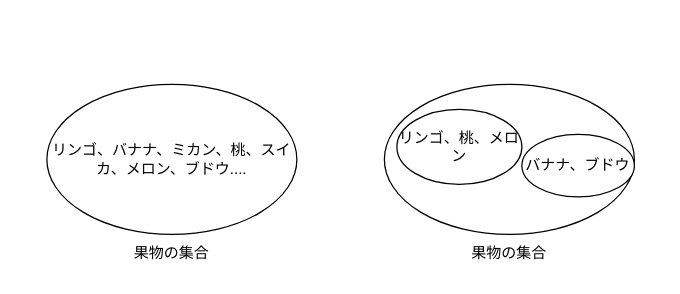
Above: Untitled Diagram.drawio in oyamadashin/drawing (draw.io), before the change. Source tidied: cells renumbered, new cells numbered last; positions are measured from the earlier drawing's top-left corner, leaving out a move shared by most shapes. Both pictures are drawn from the tidied source at 125%, with x=0, y=0 at pixel (46, 84).
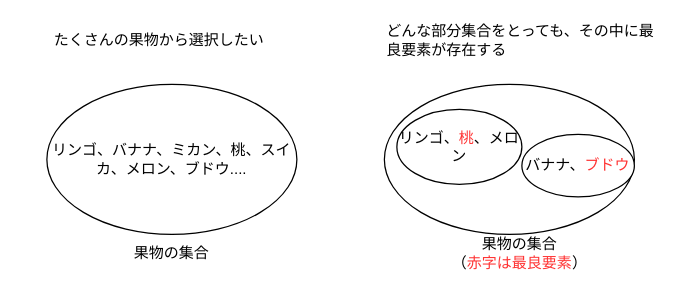
The same diagram, later.

The edit, as a diff of the source:
```diff
@@
 <mxGraphModel>
   <root>
     <mxCell id="0" />
     <mxCell id="1" parent="0" />
     <mxCell id="2" value="リンゴ、バナナ、ミカン、桃、スイカ、メロン、ブドウ...." style="ellipse;whiteSpace=wrap;html=1;" parent="1" vertex="1">
       <mxGeometry width="200" height="120" as="geometry" />
     </mxCell>
     <mxCell id="3" value="果物の集合" style="text;html=1;strokeColor=none;fillColor=none;align=center;verticalAlign=middle;whiteSpace=wrap;rounded=0;" parent="1" vertex="1">
       <mxGeometry x="55" y="120" width="90" height="30" as="geometry" />
     </mxCell>
     <mxCell id="4" style="ellipse;whiteSpace=wrap;html=1;" parent="1" vertex="1">
       <mxGeometry x="270" width="200" height="120" as="geometry" />
     </mxCell>
-    <mxCell id="5" value="果物の集合" style="text;html=1;strokeColor=none;fillColor=none;align=center;verticalAlign=middle;whiteSpace=wrap;rounded=0;" parent="1" vertex="1">
-      <mxGeometry x="325" y="120" width="90" height="30" as="geometry" />
+    <mxCell id="5" value="果物の集合&lt;br&gt;（&lt;font color=&quot;#ff3333&quot;&gt;赤字は最良要素&lt;/font&gt;）" style="text;html=1;strokeColor=none;fillColor=none;align=center;verticalAlign=middle;whiteSpace=wrap;rounded=0;" parent="1" vertex="1">
+      <mxGeometry x="316" y="120" width="125" height="30" as="geometry" />
     </mxCell>
-    <mxCell id="6" value="リンゴ、桃、メロン" style="ellipse;whiteSpace=wrap;html=1;" parent="1" vertex="1">
+    <mxCell id="6" value="リンゴ、&lt;font color=&quot;#ff3333&quot;&gt;桃&lt;/font&gt;、メロン" style="ellipse;whiteSpace=wrap;html=1;" parent="1" vertex="1">
       <mxGeometry x="280" y="20" width="100" height="60" as="geometry" />
     </mxCell>
-    <mxCell id="7" value="バナナ、ブドウ" style="ellipse;whiteSpace=wrap;html=1;" parent="1" vertex="1">
+    <mxCell id="7" value="バナナ、&lt;font color=&quot;#ff3333&quot;&gt;ブドウ&lt;/font&gt;" style="ellipse;whiteSpace=wrap;html=1;" parent="1" vertex="1">
       <mxGeometry x="380" y="40" width="90" height="50" as="geometry" />
     </mxCell>
+    <mxCell id="8" value="たくさんの果物から選択したい" style="text;html=1;strokeColor=none;fillColor=none;align=center;verticalAlign=middle;whiteSpace=wrap;rounded=0;" parent="1" vertex="1">
+      <mxGeometry x="-20" y="-50" width="220" height="30" as="geometry" />
+    </mxCell>
+    <mxCell id="9" value="どんな部分集合をとっても、その中に最良要素が存在する" style="text;html=1;strokeColor=none;fillColor=none;align=left;verticalAlign=middle;whiteSpace=wrap;rounded=0;" parent="1" vertex="1">
+      <mxGeometry x="270" y="-50" width="220" height="30" as="geometry" />
+    </mxCell>
   </root>
 </mxGraphModel>
```
